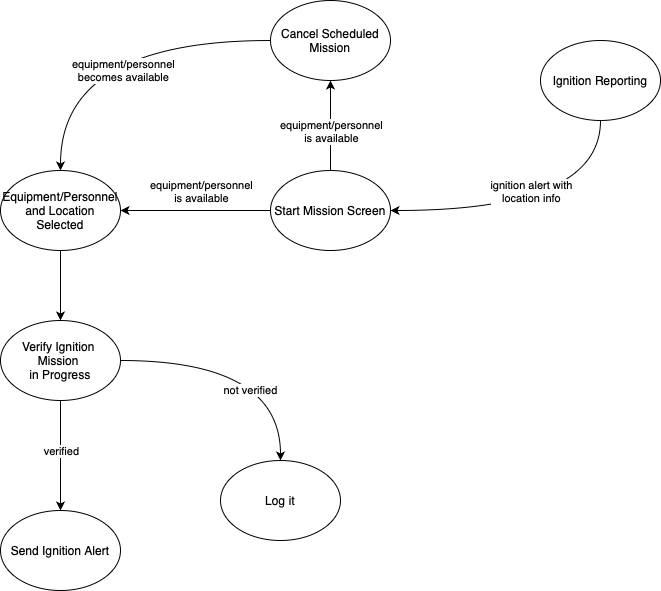
The draw.io diagram StateDiagrams/Detection.drawio.png in Fire-Prevention/fire-prevention, before a commit. Source tidied: cells renumbered, new cells last; positions are measured from the earlier drawing's top-left corner, leaving out a move shared by most shapes.
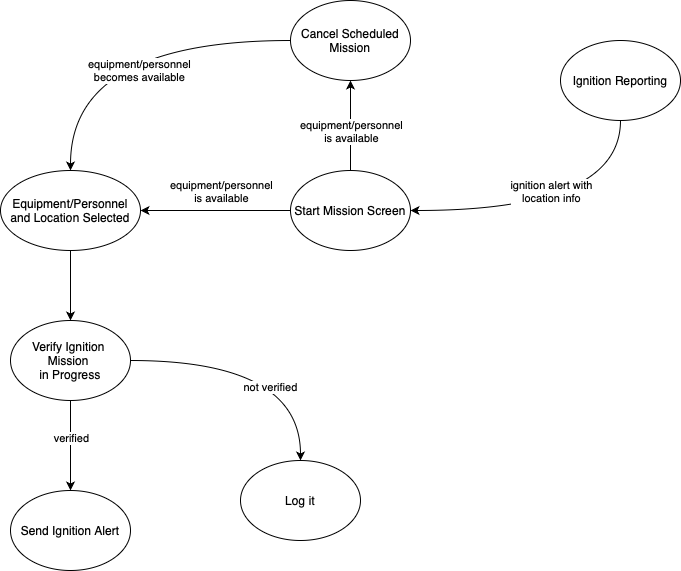
Later version of the same file.

Change to the diagram source:
```diff
@@ -18,7 +18,7 @@
       </mxGeometry>
     </mxCell>
     <mxCell id="5" value="Send Ignition Alert" style="ellipse;whiteSpace=wrap;html=1;" parent="1" vertex="1">
-      <mxGeometry y="510" width="120" height="80" as="geometry" />
+      <mxGeometry x="-10" y="490" width="120" height="80" as="geometry" />
     </mxCell>
     <mxCell id="6" value="Log it" style="ellipse;whiteSpace=wrap;html=1;" parent="1" vertex="1">
       <mxGeometry x="220" y="460" width="120" height="80" as="geometry" />
@@ -52,11 +52,11 @@
     <mxCell id="13" value="Start Mission Screen" style="ellipse;whiteSpace=wrap;html=1;" parent="1" vertex="1">
       <mxGeometry x="270" y="170" width="120" height="80" as="geometry" />
     </mxCell>
-    <mxCell id="14" style="edgeStyle=orthogonalEdgeStyle;rounded=0;jettySize=auto;html=1;exitX=0.5;exitY=1;exitDx=0;exitDy=0;entryX=0.5;entryY=0;entryDx=0;entryDy=0;" parent="1" edge="1" source="15" target="20">
+    <mxCell id="14" style="edgeStyle=orthogonalEdgeStyle;rounded=0;jettySize=auto;html=1;exitX=0.5;exitY=1;exitDx=0;exitDy=0;entryX=0.5;entryY=0;entryDx=0;entryDy=0;curved=1;" parent="1" edge="1" source="15" target="20">
       <mxGeometry relative="1" as="geometry" />
     </mxCell>
     <mxCell id="15" value="Equipment/Personnel and Location Selected" style="ellipse;whiteSpace=wrap;html=1;" parent="1" vertex="1">
-      <mxGeometry y="170" width="120" height="80" as="geometry" />
+      <mxGeometry x="-20" y="170" width="140" height="80" as="geometry" />
     </mxCell>
     <mxCell id="16" value="equipment/personnel &lt;br&gt;is available" style="edgeLabel;html=1;align=center;verticalAlign=middle;" parent="1" vertex="1">
       <mxGeometry x="330" y="130" as="geometry" />
@@ -64,7 +64,7 @@
     <mxCell id="17" style="edgeStyle=orthogonalEdgeStyle;rounded=0;jettySize=auto;html=1;exitX=0;exitY=0.5;exitDx=0;exitDy=0;entryX=0.5;entryY=0;entryDx=0;entryDy=0;curved=1;" parent="1" edge="1" source="19" target="15">
       <mxGeometry relative="1" as="geometry">
         <Array as="points">
-          <mxPoint x="60" y="40" />
+          <mxPoint x="50" y="40" />
         </Array>
       </mxGeometry>
     </mxCell>
@@ -75,7 +75,7 @@
       <mxGeometry x="270" width="120" height="80" as="geometry" />
     </mxCell>
     <mxCell id="20" value="&lt;span style=&quot;white-space: pre;&quot;&gt;Verify Ignition &lt;br/&gt;Mission &lt;br&gt;in Progress&lt;/span&gt;" style="ellipse;whiteSpace=wrap;html=1;" parent="1" vertex="1">
-      <mxGeometry y="320" width="120" height="80" as="geometry" />
+      <mxGeometry x="-10" y="320" width="120" height="80" as="geometry" />
     </mxCell>
   </root>
 </mxGraphModel>
```
